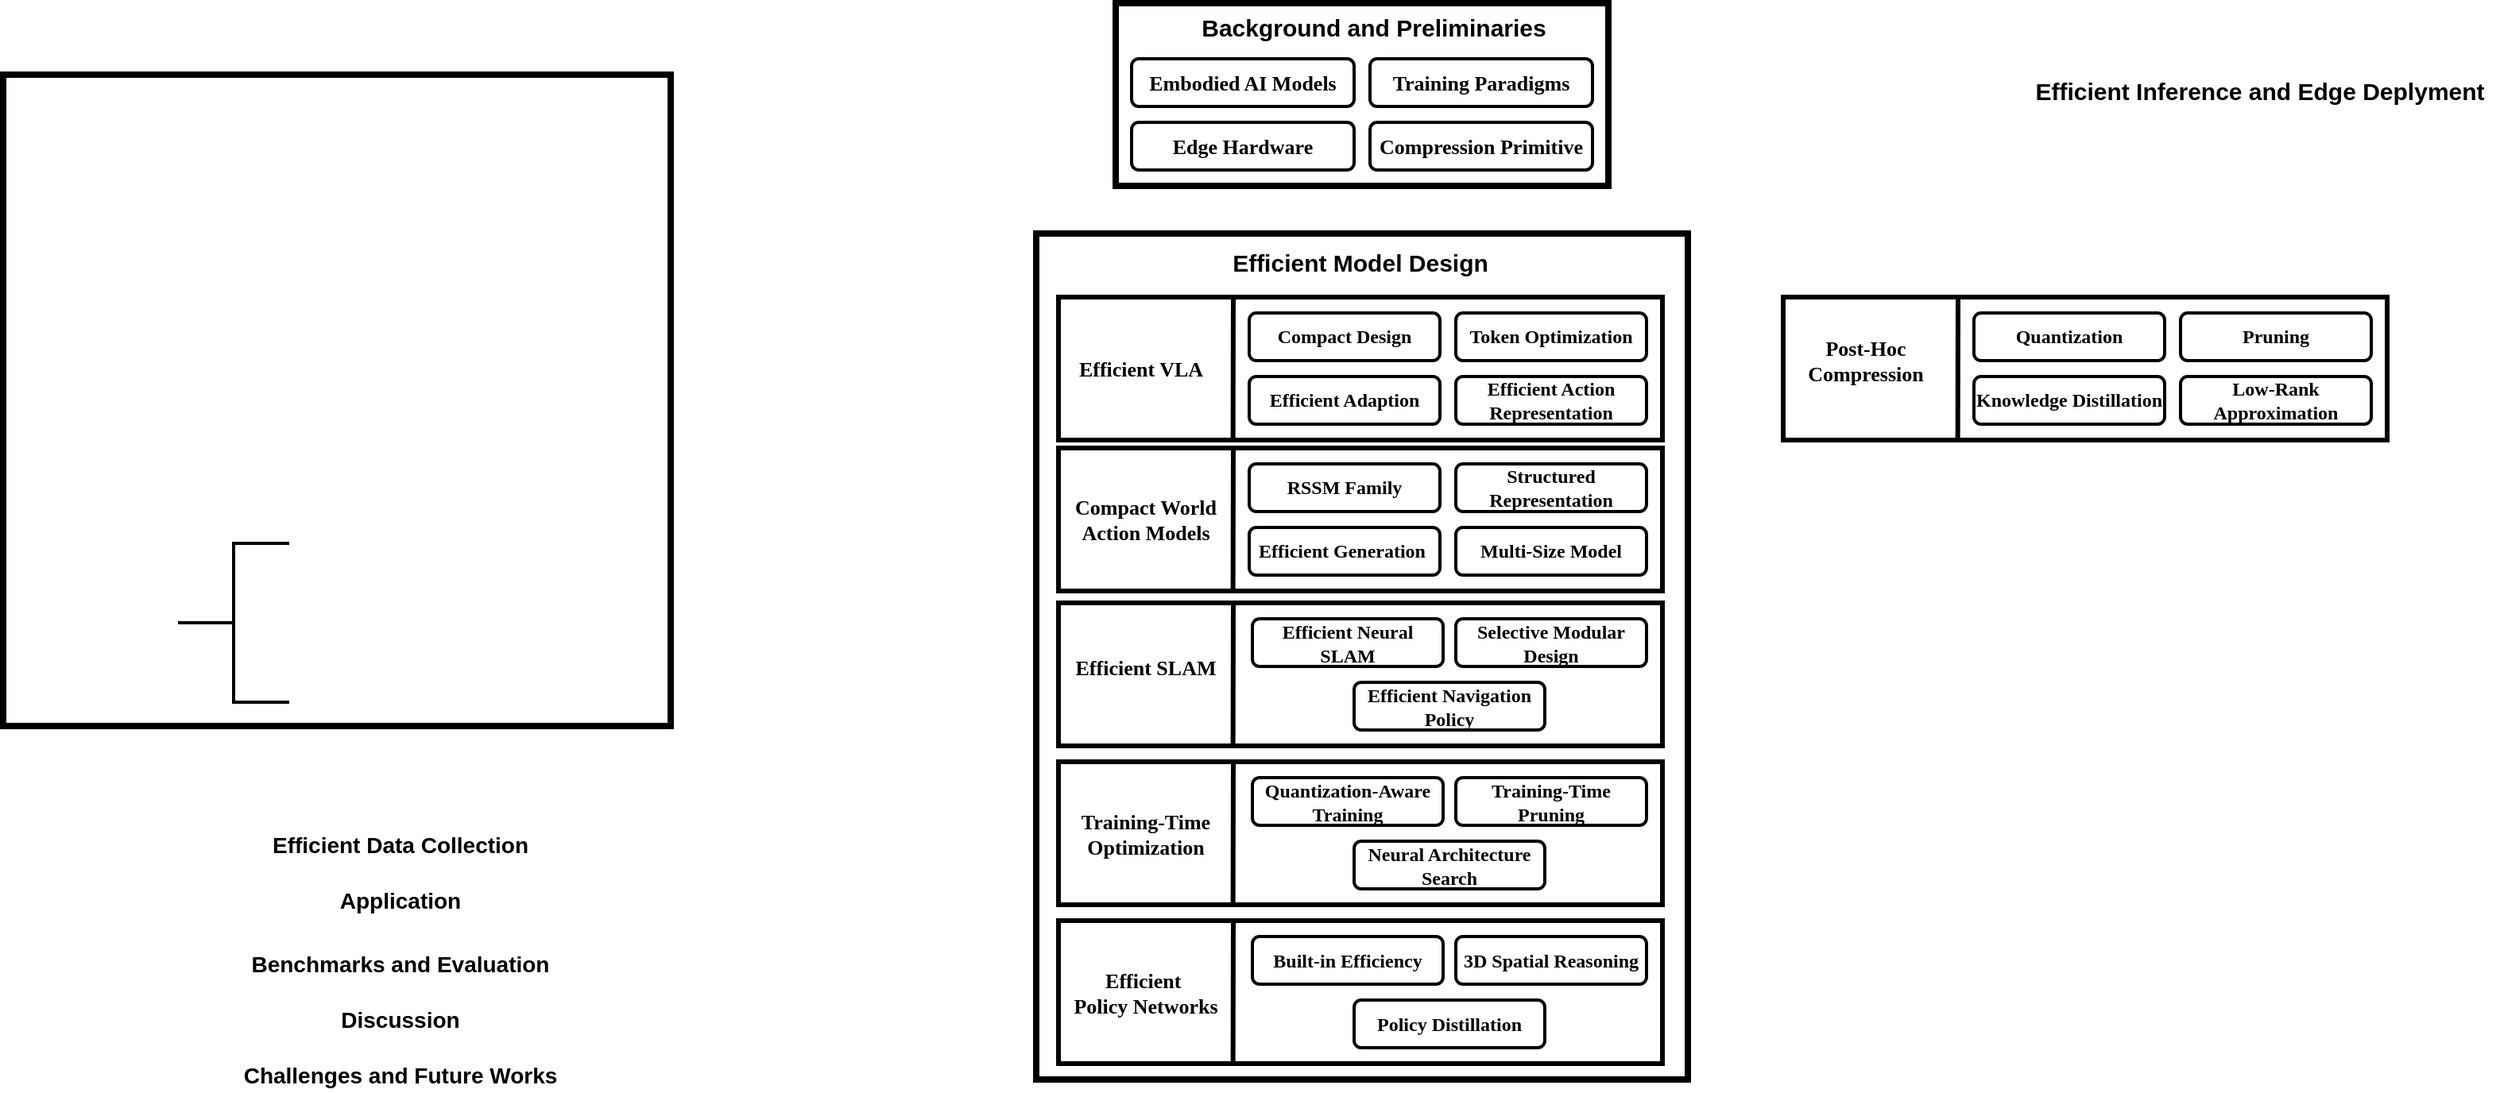
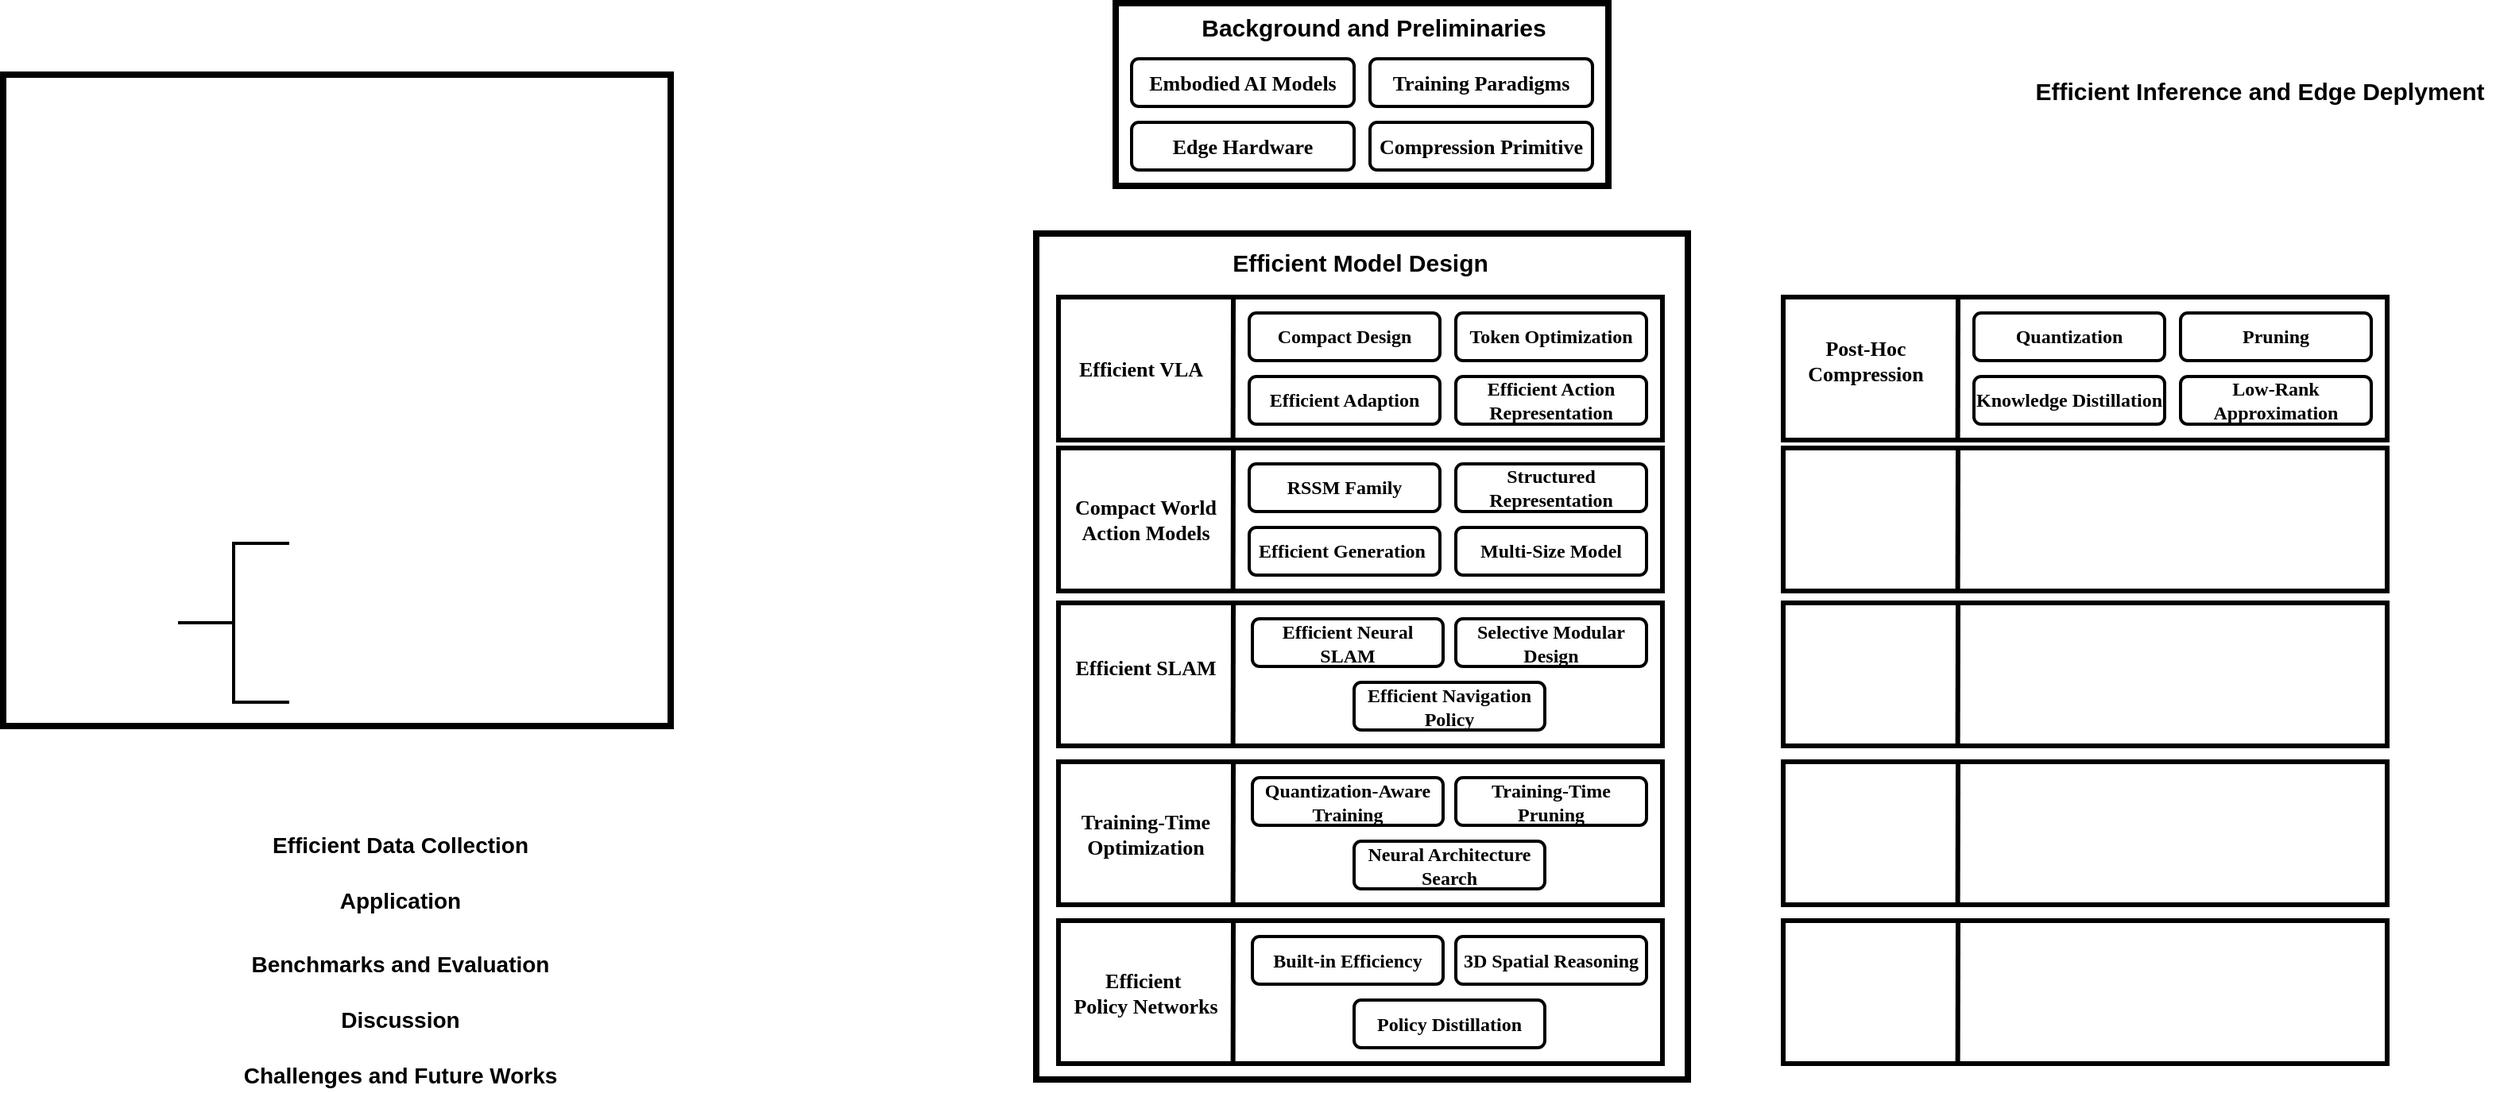
<mxfile host="app.diagrams.net">
  <diagram name="第 1 页" id="xv9Lnx2gyYwYQaEzt8dN">
    <mxGraphModel dx="2369" dy="788" grid="1" gridSize="10" guides="1" tooltips="1" connect="1" arrows="1" fold="1" page="1" pageScale="1" pageWidth="827" pageHeight="1169" math="0" shadow="0">
      <root>
        <mxCell id="0" />
        <mxCell id="1" parent="0" />
        <mxCell id="P4z1W6zyqtdSm3awDH87-88" parent="1" style="rounded=0;whiteSpace=wrap;html=1;strokeWidth=4;" value="" vertex="1">
          <mxGeometry height="410" width="420" x="-570" y="100" as="geometry" />
        </mxCell>
        <mxCell id="mN9CjeCU7Y2PogCVv73L-11" parent="1" style="text;html=1;whiteSpace=wrap;strokeColor=none;fillColor=none;align=center;verticalAlign=middle;rounded=0;" value="&lt;font face=&quot;Helvetica&quot; style=&quot;font-size: 15px;&quot;&gt;&lt;b style=&quot;&quot;&gt;Efficient Inference and Edge Deplyment&lt;/b&gt;&lt;/font&gt;" vertex="1">
          <mxGeometry height="20" width="300" x="700" y="100" as="geometry" />
        </mxCell>
        <mxCell id="mN9CjeCU7Y2PogCVv73L-12" parent="1" style="text;html=1;whiteSpace=wrap;strokeColor=none;fillColor=none;align=center;verticalAlign=middle;rounded=0;" value="&lt;font face=&quot;Helvetica&quot; style=&quot;font-size: 14px;&quot;&gt;&lt;b style=&quot;&quot;&gt;Efficient Data Collection&lt;/b&gt;&lt;/font&gt;" vertex="1">
          <mxGeometry height="20" width="260" x="-450" y="575" as="geometry" />
        </mxCell>
        <mxCell id="mN9CjeCU7Y2PogCVv73L-14" parent="1" style="text;html=1;whiteSpace=wrap;strokeColor=none;fillColor=none;align=center;verticalAlign=middle;rounded=0;" value="&lt;font face=&quot;Helvetica&quot; style=&quot;font-size: 14px;&quot;&gt;&lt;b style=&quot;&quot;&gt;Application&lt;/b&gt;&lt;/font&gt;" vertex="1">
          <mxGeometry height="20" width="260" x="-450" y="610" as="geometry" />
        </mxCell>
        <mxCell id="mN9CjeCU7Y2PogCVv73L-15" parent="1" style="text;html=1;whiteSpace=wrap;strokeColor=none;fillColor=none;align=center;verticalAlign=middle;rounded=0;" value="&lt;font face=&quot;Helvetica&quot; style=&quot;font-size: 14px;&quot;&gt;&lt;b style=&quot;&quot;&gt;Benchmarks and Evaluation&lt;/b&gt;&lt;/font&gt;" vertex="1">
          <mxGeometry height="20" width="260" x="-450" y="650" as="geometry" />
        </mxCell>
        <mxCell id="mN9CjeCU7Y2PogCVv73L-16" parent="1" style="text;html=1;whiteSpace=wrap;strokeColor=none;fillColor=none;align=center;verticalAlign=middle;rounded=0;" value="&lt;font face=&quot;Helvetica&quot; style=&quot;font-size: 14px;&quot;&gt;&lt;b style=&quot;&quot;&gt;Challenges and Future Works&lt;/b&gt;&lt;/font&gt;" vertex="1">
          <mxGeometry height="20" width="260" x="-450" y="720" as="geometry" />
        </mxCell>
        <mxCell id="mN9CjeCU7Y2PogCVv73L-17" parent="1" style="text;html=1;whiteSpace=wrap;strokeColor=none;fillColor=none;align=center;verticalAlign=middle;rounded=0;" value="&lt;font face=&quot;Helvetica&quot; style=&quot;font-size: 14px;&quot;&gt;&lt;b style=&quot;&quot;&gt;Discussion&lt;/b&gt;&lt;/font&gt;" vertex="1">
          <mxGeometry height="20" width="260" x="-450" y="685" as="geometry" />
        </mxCell>
        <mxCell id="mN9CjeCU7Y2PogCVv73L-18" parent="1" style="strokeWidth=2;html=1;shape=mxgraph.flowchart.annotation_2;align=left;labelPosition=right;pointerEvents=1;" value="" vertex="1">
          <mxGeometry height="100" width="70" x="-460" y="395" as="geometry" />
        </mxCell>
        <mxCell id="P4z1W6zyqtdSm3awDH87-52" connectable="0" parent="1" style="group" value="" vertex="1">
          <mxGeometry height="115" width="310" x="130" y="55" as="geometry" />
        </mxCell>
        <mxCell id="P4z1W6zyqtdSm3awDH87-12" parent="P4z1W6zyqtdSm3awDH87-52" style="rounded=0;whiteSpace=wrap;html=1;strokeWidth=4;" value="" vertex="1">
          <mxGeometry height="115" width="310" as="geometry" />
        </mxCell>
        <mxCell id="mN9CjeCU7Y2PogCVv73L-6" parent="P4z1W6zyqtdSm3awDH87-52" style="rounded=1;whiteSpace=wrap;html=1;strokeWidth=2;" value="&lt;font style=&quot;font-size: 13px;&quot; face=&quot;Comic Sans MS&quot;&gt;&lt;b style=&quot;&quot;&gt;Training Paradigms&lt;/b&gt;&lt;/font&gt;" vertex="1">
          <mxGeometry height="30" width="140" x="160" y="35" as="geometry" />
        </mxCell>
        <mxCell id="mN9CjeCU7Y2PogCVv73L-5" parent="P4z1W6zyqtdSm3awDH87-52" style="rounded=1;whiteSpace=wrap;html=1;strokeWidth=2;" value="&lt;font style=&quot;font-size: 13px;&quot; face=&quot;Comic Sans MS&quot;&gt;&lt;b style=&quot;&quot;&gt;Edge Hardware&lt;/b&gt;&lt;/font&gt;" vertex="1">
          <mxGeometry height="30" width="140" x="10" y="75" as="geometry" />
        </mxCell>
        <mxCell id="mN9CjeCU7Y2PogCVv73L-8" parent="P4z1W6zyqtdSm3awDH87-52" style="rounded=1;whiteSpace=wrap;html=1;strokeWidth=2;" value="&lt;font style=&quot;font-size: 13px;&quot; face=&quot;Comic Sans MS&quot;&gt;&lt;b style=&quot;&quot;&gt;Compression Primitive&lt;/b&gt;&lt;/font&gt;" vertex="1">
          <mxGeometry height="30" width="140" x="160" y="75" as="geometry" />
        </mxCell>
        <mxCell id="mN9CjeCU7Y2PogCVv73L-4" parent="P4z1W6zyqtdSm3awDH87-52" style="rounded=1;whiteSpace=wrap;html=1;strokeWidth=2;" value="&lt;font style=&quot;font-size: 13px;&quot; face=&quot;Comic Sans MS&quot;&gt;&lt;b style=&quot;&quot;&gt;Embodied AI Models&lt;/b&gt;&lt;/font&gt;" vertex="1">
          <mxGeometry height="30" width="140" x="10" y="35" as="geometry" />
        </mxCell>
        <mxCell id="mN9CjeCU7Y2PogCVv73L-2" parent="P4z1W6zyqtdSm3awDH87-52" style="text;html=1;whiteSpace=wrap;strokeColor=none;fillColor=none;align=center;verticalAlign=middle;rounded=0;" value="&lt;font face=&quot;Helvetica&quot; style=&quot;font-size: 15px;&quot;&gt;&lt;b style=&quot;&quot;&gt;Background and Preliminaries&lt;/b&gt;&lt;/font&gt;" vertex="1">
          <mxGeometry height="20" width="275" x="25" y="5" as="geometry" />
        </mxCell>
        <mxCell id="P4z1W6zyqtdSm3awDH87-90" parent="1" style="rounded=0;whiteSpace=wrap;html=1;strokeWidth=3;" value="" vertex="1">
          <mxGeometry height="90" width="380" x="550" y="240" as="geometry" />
        </mxCell>
        <mxCell id="P4z1W6zyqtdSm3awDH87-91" edge="1" parent="1" style="endArrow=none;html=1;rounded=0;strokeWidth=3;entryX=0.289;entryY=0.995;entryDx=0;entryDy=0;entryPerimeter=0;" target="P4z1W6zyqtdSm3awDH87-90" value="">
          <mxGeometry height="50" relative="1" width="50" as="geometry">
            <mxPoint x="660" y="240" as="sourcePoint" />
            <mxPoint x="660" y="280" as="targetPoint" />
          </mxGeometry>
        </mxCell>
        <mxCell id="P4z1W6zyqtdSm3awDH87-11" parent="1" style="rounded=0;whiteSpace=wrap;html=1;strokeWidth=4;container=0;" value="" vertex="1">
          <mxGeometry height="532.5" width="410" x="80" y="200" as="geometry" />
        </mxCell>
        <mxCell id="P4z1W6zyqtdSm3awDH87-29" parent="1" style="rounded=0;whiteSpace=wrap;html=1;strokeWidth=3;container=0;" value="" vertex="1">
          <mxGeometry height="90" width="380" x="94" y="240" as="geometry" />
        </mxCell>
        <mxCell id="mN9CjeCU7Y2PogCVv73L-10" parent="1" style="text;html=1;whiteSpace=wrap;strokeColor=none;fillColor=none;align=center;verticalAlign=middle;rounded=0;container=0;" value="&lt;font style=&quot;font-size: 15px;&quot; face=&quot;Helvetica&quot;&gt;&lt;b style=&quot;&quot;&gt;Efficient Model Design&lt;/b&gt;&lt;/font&gt;" vertex="1">
          <mxGeometry height="20" width="200" x="184" y="207.5" as="geometry" />
        </mxCell>
        <mxCell id="mN9CjeCU7Y2PogCVv73L-22" parent="1" style="rounded=1;whiteSpace=wrap;html=1;strokeWidth=2;container=0;" value="&lt;b&gt;&lt;font face=&quot;Comic Sans MS&quot;&gt;Compact Design&lt;/font&gt;&lt;/b&gt;" vertex="1">
          <mxGeometry height="30" width="120" x="214" y="250" as="geometry" />
        </mxCell>
        <mxCell id="mN9CjeCU7Y2PogCVv73L-23" parent="1" style="rounded=1;whiteSpace=wrap;html=1;strokeWidth=2;container=0;" value="&lt;b&gt;&lt;font face=&quot;Comic Sans MS&quot;&gt;Efficient Adaption&lt;/font&gt;&lt;/b&gt;" vertex="1">
          <mxGeometry height="30" width="120" x="214" y="290" as="geometry" />
        </mxCell>
        <mxCell id="mN9CjeCU7Y2PogCVv73L-24" parent="1" style="rounded=1;whiteSpace=wrap;html=1;strokeWidth=2;container=0;" value="&lt;font face=&quot;Comic Sans MS&quot;&gt;&lt;b&gt;Efficient Action Representation&lt;/b&gt;&lt;/font&gt;" vertex="1">
          <mxGeometry height="30" width="120" x="344" y="290" as="geometry" />
        </mxCell>
        <mxCell id="mN9CjeCU7Y2PogCVv73L-26" parent="1" style="rounded=1;whiteSpace=wrap;html=1;strokeWidth=2;container=0;" value="&lt;b&gt;&lt;font face=&quot;Comic Sans MS&quot;&gt;Token Optimization&lt;/font&gt;&lt;/b&gt;" vertex="1">
          <mxGeometry height="30" width="120" x="344" y="250" as="geometry" />
        </mxCell>
        <mxCell id="P4z1W6zyqtdSm3awDH87-30" parent="1" style="text;html=1;whiteSpace=wrap;strokeColor=none;fillColor=none;align=center;verticalAlign=middle;rounded=0;container=0;" value="&lt;b style=&quot;font-size: 13px;&quot;&gt;&lt;font face=&quot;Comic Sans MS&quot;&gt;Efficient VLA&lt;/font&gt;&lt;/b&gt;" vertex="1">
          <mxGeometry height="20" width="104" x="94" y="275" as="geometry" />
        </mxCell>
        <mxCell id="P4z1W6zyqtdSm3awDH87-31" edge="1" parent="1" style="endArrow=none;html=1;rounded=0;strokeWidth=3;entryX=0.289;entryY=0.995;entryDx=0;entryDy=0;entryPerimeter=0;" target="P4z1W6zyqtdSm3awDH87-29" value="">
          <mxGeometry height="50" relative="1" width="50" as="geometry">
            <mxPoint x="204" y="240" as="sourcePoint" />
            <mxPoint x="204" y="280" as="targetPoint" />
          </mxGeometry>
        </mxCell>
        <mxCell id="P4z1W6zyqtdSm3awDH87-32" parent="1" style="rounded=0;whiteSpace=wrap;html=1;strokeWidth=3;container=0;" value="" vertex="1">
          <mxGeometry height="90" width="380" x="94" y="335" as="geometry" />
        </mxCell>
        <mxCell id="P4z1W6zyqtdSm3awDH87-33" edge="1" parent="1" style="endArrow=none;html=1;rounded=0;strokeWidth=3;entryX=0.289;entryY=0.995;entryDx=0;entryDy=0;entryPerimeter=0;" target="P4z1W6zyqtdSm3awDH87-32" value="">
          <mxGeometry height="50" relative="1" width="50" as="geometry">
            <mxPoint x="204" y="335" as="sourcePoint" />
            <mxPoint x="204" y="375" as="targetPoint" />
          </mxGeometry>
        </mxCell>
        <mxCell id="P4z1W6zyqtdSm3awDH87-34" parent="1" style="text;html=1;whiteSpace=wrap;strokeColor=none;fillColor=none;align=center;verticalAlign=middle;rounded=0;container=0;" value="&lt;b style=&quot;font-size: 13px;&quot;&gt;&lt;font face=&quot;Comic Sans MS&quot;&gt;Compact World Action Models&lt;/font&gt;&lt;/b&gt;" vertex="1">
          <mxGeometry height="20" width="114" x="92" y="370" as="geometry" />
        </mxCell>
        <mxCell id="mN9CjeCU7Y2PogCVv73L-30" parent="1" style="rounded=1;whiteSpace=wrap;html=1;strokeWidth=2;container=0;" value="&lt;b&gt;&lt;font face=&quot;Comic Sans MS&quot;&gt;RSSM Family&lt;/font&gt;&lt;/b&gt;" vertex="1">
          <mxGeometry height="30" width="120" x="214" y="345" as="geometry" />
        </mxCell>
        <mxCell id="mN9CjeCU7Y2PogCVv73L-32" parent="1" style="rounded=1;whiteSpace=wrap;html=1;strokeWidth=2;container=0;" value="&lt;font face=&quot;Comic Sans MS&quot;&gt;&lt;b&gt;Efficient Generation&amp;nbsp;&lt;/b&gt;&lt;/font&gt;" vertex="1">
          <mxGeometry height="30" width="120" x="214" y="385" as="geometry" />
        </mxCell>
        <mxCell id="mN9CjeCU7Y2PogCVv73L-33" parent="1" style="rounded=1;whiteSpace=wrap;html=1;strokeWidth=2;container=0;" value="&lt;b&gt;&lt;font face=&quot;Comic Sans MS&quot;&gt;Structured Representation&lt;/font&gt;&lt;/b&gt;" vertex="1">
          <mxGeometry height="30" width="120" x="344" y="345" as="geometry" />
        </mxCell>
        <mxCell id="P4z1W6zyqtdSm3awDH87-36" parent="1" style="rounded=1;whiteSpace=wrap;html=1;strokeWidth=2;container=0;" value="&lt;b&gt;&lt;font face=&quot;Comic Sans MS&quot;&gt;Multi-Size Model&lt;/font&gt;&lt;/b&gt;" vertex="1">
          <mxGeometry height="30" width="120" x="344" y="385" as="geometry" />
        </mxCell>
        <mxCell id="P4z1W6zyqtdSm3awDH87-37" parent="1" style="rounded=0;whiteSpace=wrap;html=1;strokeWidth=3;container=0;" value="" vertex="1">
          <mxGeometry height="90" width="380" x="94" y="432.5" as="geometry" />
        </mxCell>
        <mxCell id="P4z1W6zyqtdSm3awDH87-38" edge="1" parent="1" style="endArrow=none;html=1;rounded=0;strokeWidth=3;entryX=0.289;entryY=0.995;entryDx=0;entryDy=0;entryPerimeter=0;" target="P4z1W6zyqtdSm3awDH87-37" value="">
          <mxGeometry height="50" relative="1" width="50" as="geometry">
            <mxPoint x="204" y="432.5" as="sourcePoint" />
            <mxPoint x="204" y="472.5" as="targetPoint" />
          </mxGeometry>
        </mxCell>
        <mxCell id="P4z1W6zyqtdSm3awDH87-44" parent="1" style="text;html=1;whiteSpace=wrap;strokeColor=none;fillColor=none;align=center;verticalAlign=middle;rounded=0;container=0;" value="&lt;b style=&quot;font-size: 13px;&quot;&gt;&lt;font face=&quot;Comic Sans MS&quot;&gt;Efficient SLAM&lt;/font&gt;&lt;/b&gt;" vertex="1">
          <mxGeometry height="20" width="114" x="92" y="462.5" as="geometry" />
        </mxCell>
        <mxCell id="P4z1W6zyqtdSm3awDH87-19" parent="1" style="rounded=1;whiteSpace=wrap;html=1;strokeWidth=2;container=0;" value="&lt;b&gt;&lt;font face=&quot;Comic Sans MS&quot;&gt;Efficient Neural SLAM&lt;/font&gt;&lt;/b&gt;" vertex="1">
          <mxGeometry height="30" width="120" x="216" y="442.5" as="geometry" />
        </mxCell>
        <mxCell id="P4z1W6zyqtdSm3awDH87-20" parent="1" style="rounded=1;whiteSpace=wrap;html=1;strokeWidth=2;container=0;" value="&lt;font face=&quot;Comic Sans MS&quot;&gt;&lt;b&gt;Selective Modular Design&lt;/b&gt;&lt;/font&gt;" vertex="1">
          <mxGeometry height="30" width="120" x="344" y="442.5" as="geometry" />
        </mxCell>
        <mxCell id="P4z1W6zyqtdSm3awDH87-21" parent="1" style="rounded=1;whiteSpace=wrap;html=1;strokeWidth=2;container=0;" value="&lt;font face=&quot;Comic Sans MS&quot;&gt;&lt;b&gt;Efficient Navigation Policy&lt;/b&gt;&lt;/font&gt;" vertex="1">
          <mxGeometry height="30" width="120" x="280" y="482.5" as="geometry" />
        </mxCell>
        <mxCell id="P4z1W6zyqtdSm3awDH87-45" parent="1" style="rounded=0;whiteSpace=wrap;html=1;strokeWidth=3;container=0;" value="" vertex="1">
          <mxGeometry height="90" width="380" x="94" y="632.5" as="geometry" />
        </mxCell>
        <mxCell id="P4z1W6zyqtdSm3awDH87-46" edge="1" parent="1" style="endArrow=none;html=1;rounded=0;strokeWidth=3;entryX=0.289;entryY=0.995;entryDx=0;entryDy=0;entryPerimeter=0;" target="P4z1W6zyqtdSm3awDH87-45" value="">
          <mxGeometry height="50" relative="1" width="50" as="geometry">
            <mxPoint x="204" y="632.5" as="sourcePoint" />
            <mxPoint x="204" y="672.5" as="targetPoint" />
          </mxGeometry>
        </mxCell>
        <mxCell id="P4z1W6zyqtdSm3awDH87-47" parent="1" style="rounded=0;whiteSpace=wrap;html=1;strokeWidth=3;container=0;" value="" vertex="1">
          <mxGeometry height="90" width="380" x="94" y="532.5" as="geometry" />
        </mxCell>
        <mxCell id="P4z1W6zyqtdSm3awDH87-48" edge="1" parent="1" style="endArrow=none;html=1;rounded=0;strokeWidth=3;entryX=0.289;entryY=0.995;entryDx=0;entryDy=0;entryPerimeter=0;" target="P4z1W6zyqtdSm3awDH87-47" value="">
          <mxGeometry height="50" relative="1" width="50" as="geometry">
            <mxPoint x="204" y="532.5" as="sourcePoint" />
            <mxPoint x="204" y="572.5" as="targetPoint" />
          </mxGeometry>
        </mxCell>
        <mxCell id="P4z1W6zyqtdSm3awDH87-25" parent="1" style="rounded=1;whiteSpace=wrap;html=1;strokeWidth=2;container=0;" value="&lt;font face=&quot;Comic Sans MS&quot;&gt;&lt;b&gt;Quantization-Aware Training&lt;/b&gt;&lt;/font&gt;" vertex="1">
          <mxGeometry height="30" width="120" x="216" y="542.5" as="geometry" />
        </mxCell>
        <mxCell id="P4z1W6zyqtdSm3awDH87-26" parent="1" style="rounded=1;whiteSpace=wrap;html=1;strokeWidth=2;container=0;" value="&lt;font face=&quot;Comic Sans MS&quot;&gt;&lt;b&gt;Neural Architecture Search&lt;/b&gt;&lt;/font&gt;" vertex="1">
          <mxGeometry height="30" width="120" x="280" y="582.5" as="geometry" />
        </mxCell>
        <mxCell id="P4z1W6zyqtdSm3awDH87-27" parent="1" style="rounded=1;whiteSpace=wrap;html=1;strokeWidth=2;container=0;" value="&lt;font face=&quot;Comic Sans MS&quot;&gt;&lt;b&gt;Training-Time Pruning&lt;/b&gt;&lt;/font&gt;" vertex="1">
          <mxGeometry height="30" width="120" x="344" y="542.5" as="geometry" />
        </mxCell>
        <mxCell id="P4z1W6zyqtdSm3awDH87-4" parent="1" style="rounded=1;whiteSpace=wrap;html=1;strokeWidth=2;container=0;" value="&lt;b&gt;&lt;font face=&quot;Comic Sans MS&quot;&gt;3D Spatial Reasoning&lt;/font&gt;&lt;/b&gt;" vertex="1">
          <mxGeometry height="30" width="120" x="344" y="642.5" as="geometry" />
        </mxCell>
        <mxCell id="P4z1W6zyqtdSm3awDH87-6" parent="1" style="rounded=1;whiteSpace=wrap;html=1;strokeWidth=2;container=0;" value="&lt;font face=&quot;Comic Sans MS&quot;&gt;&lt;b&gt;Policy Distillation&lt;/b&gt;&lt;/font&gt;" vertex="1">
          <mxGeometry height="30" width="120" x="280" y="682.5" as="geometry" />
        </mxCell>
        <mxCell id="P4z1W6zyqtdSm3awDH87-7" parent="1" style="rounded=1;whiteSpace=wrap;html=1;strokeWidth=2;container=0;" value="&lt;font face=&quot;Comic Sans MS&quot;&gt;&lt;b&gt;Built-in Efficiency&lt;/b&gt;&lt;/font&gt;" vertex="1">
          <mxGeometry height="30" width="120" x="216" y="642.5" as="geometry" />
        </mxCell>
        <mxCell id="P4z1W6zyqtdSm3awDH87-49" parent="1" style="text;html=1;whiteSpace=wrap;strokeColor=none;fillColor=none;align=center;verticalAlign=middle;rounded=0;container=0;" value="&lt;b style=&quot;font-size: 13px;&quot;&gt;&lt;font face=&quot;Comic Sans MS&quot;&gt;Training-Time Optimization&lt;/font&gt;&lt;/b&gt;" vertex="1">
          <mxGeometry height="20" width="114" x="92" y="567.5" as="geometry" />
        </mxCell>
        <mxCell id="P4z1W6zyqtdSm3awDH87-50" parent="1" style="text;html=1;whiteSpace=wrap;strokeColor=none;fillColor=none;align=center;verticalAlign=middle;rounded=0;container=0;" value="&lt;b style=&quot;font-size: 13px;&quot;&gt;&lt;font face=&quot;Comic Sans MS&quot;&gt;Efficient&amp;nbsp;&lt;/font&gt;&lt;/b&gt;&lt;div&gt;&lt;b style=&quot;font-size: 13px;&quot;&gt;&lt;font face=&quot;Comic Sans MS&quot;&gt;Policy Networks&lt;/font&gt;&lt;/b&gt;&lt;/div&gt;" vertex="1">
          <mxGeometry height="20" width="114" x="92" y="667.5" as="geometry" />
        </mxCell>
        <mxCell id="P4z1W6zyqtdSm3awDH87-92" parent="1" style="text;html=1;whiteSpace=wrap;strokeColor=none;fillColor=none;align=center;verticalAlign=middle;rounded=0;container=0;" value="&lt;b style=&quot;font-size: 13px;&quot;&gt;&lt;font face=&quot;Comic Sans MS&quot;&gt;Post-Hoc Compression&lt;/font&gt;&lt;/b&gt;" vertex="1">
          <mxGeometry height="20" width="104" x="550" y="270" as="geometry" />
        </mxCell>
        <mxCell id="P4z1W6zyqtdSm3awDH87-93" parent="1" style="rounded=1;whiteSpace=wrap;html=1;strokeWidth=2;container=0;" value="&lt;b&gt;&lt;font face=&quot;Comic Sans MS&quot;&gt;Quantization&lt;/font&gt;&lt;/b&gt;" vertex="1">
          <mxGeometry height="30" width="120" x="670" y="250" as="geometry" />
        </mxCell>
        <mxCell id="P4z1W6zyqtdSm3awDH87-94" parent="1" style="rounded=1;whiteSpace=wrap;html=1;strokeWidth=2;container=0;" value="&lt;b&gt;&lt;font face=&quot;Comic Sans MS&quot;&gt;Pruning&lt;/font&gt;&lt;/b&gt;" vertex="1">
          <mxGeometry height="30" width="120" x="800" y="250" as="geometry" />
        </mxCell>
        <mxCell id="P4z1W6zyqtdSm3awDH87-95" parent="1" style="rounded=1;whiteSpace=wrap;html=1;strokeWidth=2;container=0;" value="&lt;font face=&quot;Comic Sans MS&quot;&gt;&lt;b&gt;Knowledge Distillation&lt;/b&gt;&lt;/font&gt;" vertex="1">
          <mxGeometry height="30" width="120" x="670" y="290" as="geometry" />
        </mxCell>
        <mxCell id="P4z1W6zyqtdSm3awDH87-96" parent="1" style="rounded=1;whiteSpace=wrap;html=1;strokeWidth=2;container=0;" value="&lt;font face=&quot;Comic Sans MS&quot;&gt;&lt;b&gt;Low-Rank Approximation&lt;/b&gt;&lt;/font&gt;" vertex="1">
          <mxGeometry height="30" width="120" x="800" y="290" as="geometry" />
        </mxCell>
+         <mxCell id="P4z1W6zyqtdSm3awDH87-97" parent="1" style="rounded=0;whiteSpace=wrap;html=1;strokeWidth=3;" value="" vertex="1">
+           <mxGeometry height="90" width="380" x="550" y="335" as="geometry" />
+         </mxCell>
+         <mxCell id="P4z1W6zyqtdSm3awDH87-98" edge="1" parent="1" style="endArrow=none;html=1;rounded=0;strokeWidth=3;entryX=0.289;entryY=0.995;entryDx=0;entryDy=0;entryPerimeter=0;" target="P4z1W6zyqtdSm3awDH87-97" value="">
+           <mxGeometry height="50" relative="1" width="50" as="geometry">
+             <mxPoint x="660" y="335" as="sourcePoint" />
+             <mxPoint x="660" y="375" as="targetPoint" />
+           </mxGeometry>
+         </mxCell>
+         <mxCell id="P4z1W6zyqtdSm3awDH87-99" parent="1" style="rounded=0;whiteSpace=wrap;html=1;strokeWidth=3;" value="" vertex="1">
+           <mxGeometry height="90" width="380" x="550" y="432.5" as="geometry" />
+         </mxCell>
+         <mxCell id="P4z1W6zyqtdSm3awDH87-100" edge="1" parent="1" style="endArrow=none;html=1;rounded=0;strokeWidth=3;entryX=0.289;entryY=0.995;entryDx=0;entryDy=0;entryPerimeter=0;" target="P4z1W6zyqtdSm3awDH87-99" value="">
+           <mxGeometry height="50" relative="1" width="50" as="geometry">
+             <mxPoint x="660" y="432.5" as="sourcePoint" />
+             <mxPoint x="660" y="472.5" as="targetPoint" />
+           </mxGeometry>
+         </mxCell>
+         <mxCell id="P4z1W6zyqtdSm3awDH87-101" parent="1" style="rounded=0;whiteSpace=wrap;html=1;strokeWidth=3;" value="" vertex="1">
+           <mxGeometry height="90" width="380" x="550" y="532.5" as="geometry" />
+         </mxCell>
+         <mxCell id="P4z1W6zyqtdSm3awDH87-102" edge="1" parent="1" style="endArrow=none;html=1;rounded=0;strokeWidth=3;entryX=0.289;entryY=0.995;entryDx=0;entryDy=0;entryPerimeter=0;" target="P4z1W6zyqtdSm3awDH87-101" value="">
+           <mxGeometry height="50" relative="1" width="50" as="geometry">
+             <mxPoint x="660" y="532.5" as="sourcePoint" />
+             <mxPoint x="660" y="572.5" as="targetPoint" />
+           </mxGeometry>
+         </mxCell>
+         <mxCell id="P4z1W6zyqtdSm3awDH87-103" parent="1" style="rounded=0;whiteSpace=wrap;html=1;strokeWidth=3;" value="" vertex="1">
+           <mxGeometry height="90" width="380" x="550" y="632.5" as="geometry" />
+         </mxCell>
+         <mxCell id="P4z1W6zyqtdSm3awDH87-104" edge="1" parent="1" style="endArrow=none;html=1;rounded=0;strokeWidth=3;entryX=0.289;entryY=0.995;entryDx=0;entryDy=0;entryPerimeter=0;" target="P4z1W6zyqtdSm3awDH87-103" value="">
+           <mxGeometry height="50" relative="1" width="50" as="geometry">
+             <mxPoint x="660" y="632.5" as="sourcePoint" />
+             <mxPoint x="660" y="672.5" as="targetPoint" />
+           </mxGeometry>
+         </mxCell>
      </root>
    </mxGraphModel>
  </diagram>
</mxfile>
